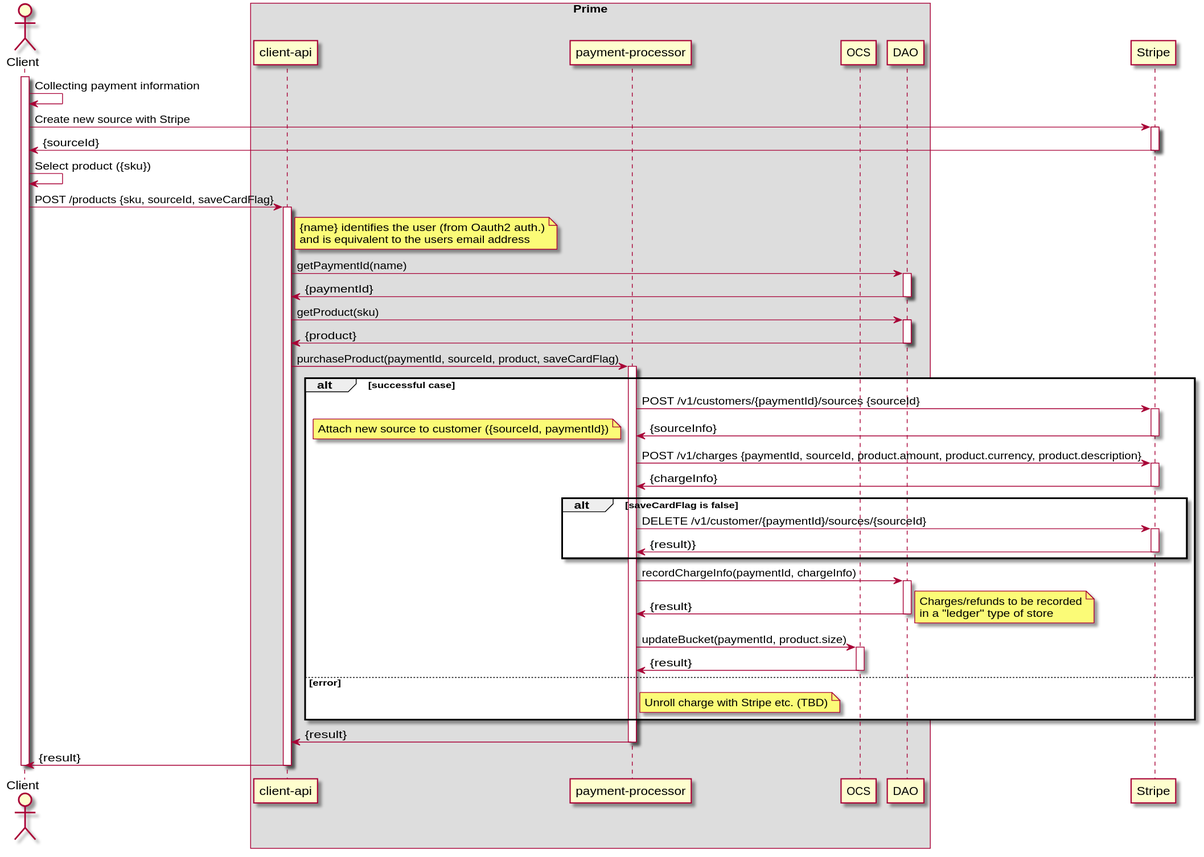
The PlantUML diagram payment-processor/doc/diagrams/purchase-with-new-source.svg in ostelco/ostelco-core, before a commit.
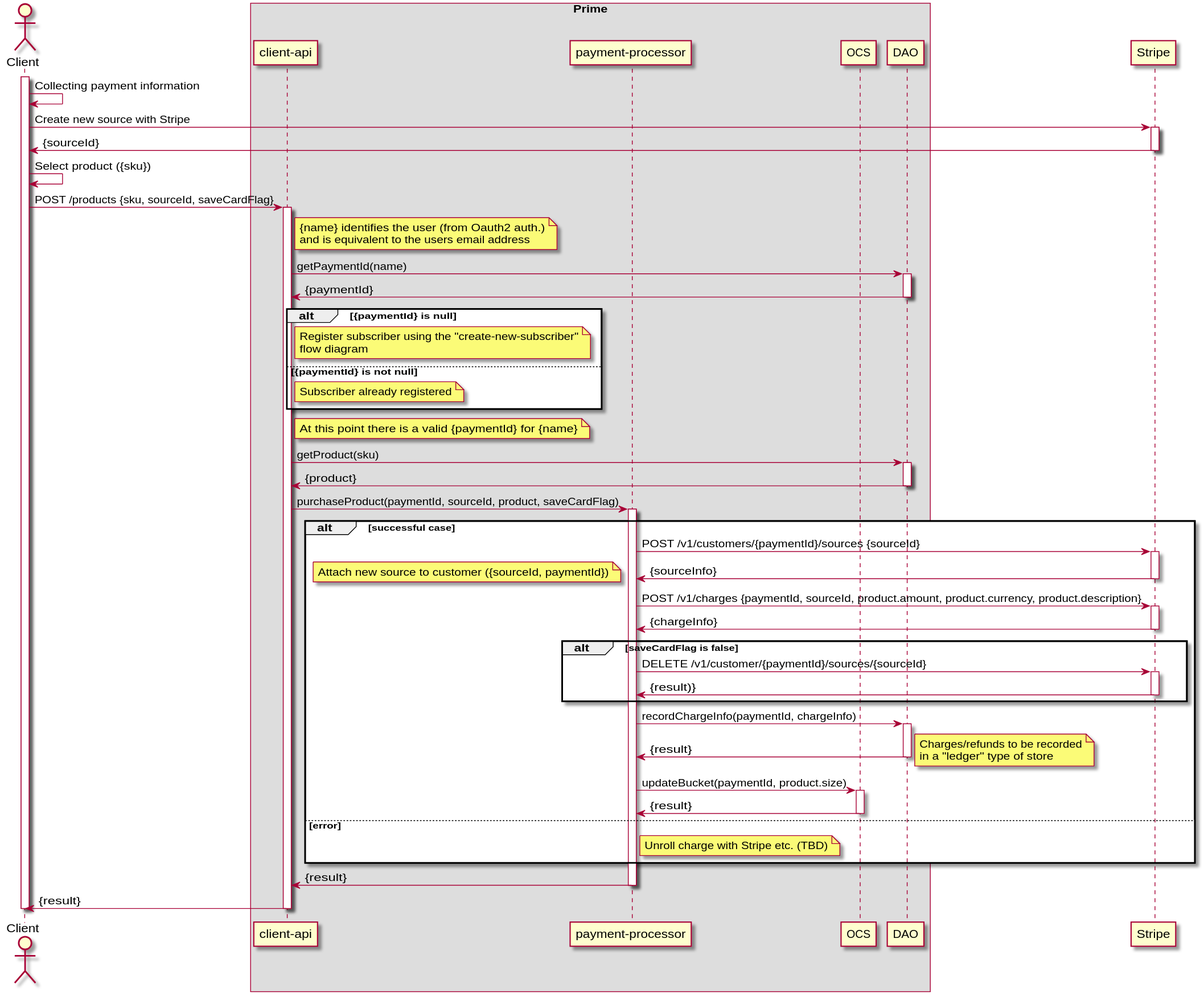
The same diagram one commit later.

Commit message:
Updates flow diagrams such that a subscriber will first be registered when buying its first product

What changed in the source:
```diff
@@ -32,6 +32,20 @@
     activate DAO
     DAO -> "client-api" : {paymentId}
     deactivate DAO
+
+    alt {paymentId} is null
+        note right of "client-api"
+            Register subscriber using the "create-new-subscriber"
+            flow diagram
+        end note
+    else {paymentId} is not null
+        note right of "client-api"
+            Subscriber already registered
+        end note
+    end
+    note right of "client-api"
+        At this point there is a valid {paymentId} for {name}
+    end note
 
     "client-api" -> DAO : getProduct(sku)
     activate DAO
```
